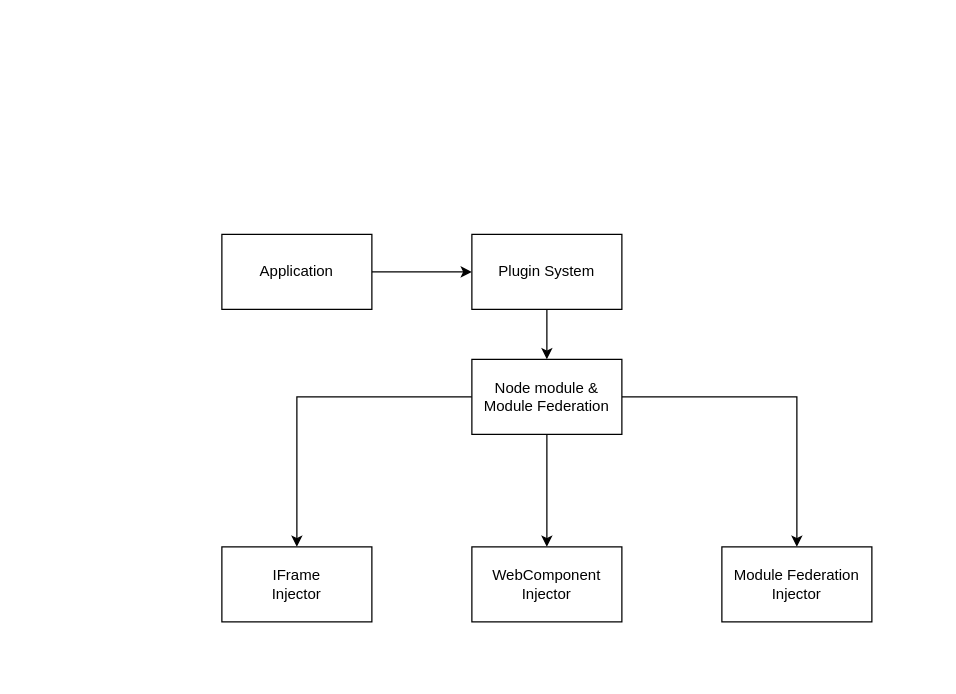
This is plugin-system.drawio from ssharifdev/draw.io, a draw.io file, before an edit. Source tidied: cells renumbered, new cells numbered last; positions are measured from the earlier drawing's top-left corner, leaving out a move shared by most shapes. Both pictures are drawn from the tidied source at 125%, with x=0, y=0 at pixel (221, 234).
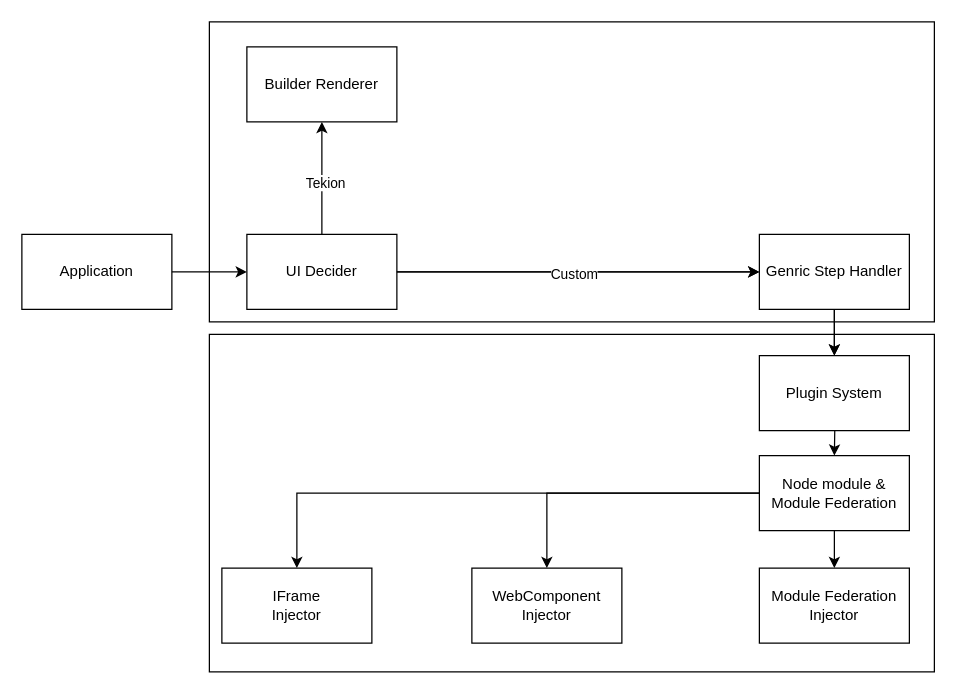
After the change.

What changed in the source:
```diff
@@
+    <mxCell id="13" style="rounded=0;whiteSpace=wrap;html=1;fillColor=none;" parent="1" vertex="1">
+      <mxGeometry x="-10" y="80" width="580" height="270" as="geometry" />
+    </mxCell>
+    <mxCell id="14" style="rounded=0;whiteSpace=wrap;html=1;fillColor=none;" parent="1" vertex="1">
+      <mxGeometry x="-10" y="-170" width="580" height="240" as="geometry" />
+    </mxCell>
-    <mxCell id="2" style="edgeStyle=orthogonalEdgeStyle;rounded=0;jettySize=auto;html=1;" parent="1" edge="1" source="3" target="5">
+    <mxCell id="2" style="edgeStyle=orthogonalEdgeStyle;rounded=0;jettySize=auto;html=1;" parent="1" edge="1" source="24" target="5">
       <mxGeometry relative="1" as="geometry" />
     </mxCell>
     <mxCell id="3" value="Application" style="rounded=0;whiteSpace=wrap;html=1;" parent="1" vertex="1">
-      <mxGeometry width="120" height="60" as="geometry" />
+      <mxGeometry x="-160" width="120" height="60" as="geometry" />
     </mxCell>
-    <mxCell id="4" style="edgeStyle=orthogonalEdgeStyle;rounded=0;jettySize=auto;html=1;" parent="1" edge="1" source="5" target="9">
-      <mxGeometry relative="1" as="geometry" />
+    <mxCell id="4" style="edgeStyle=orthogonalEdgeStyle;rounded=0;jettySize=auto;html=1;" parent="1" edge="1" target="9">
+      <mxGeometry relative="1" as="geometry">
+        <mxPoint x="490" y="110" as="sourcePoint" />
+      </mxGeometry>
     </mxCell>
     <mxCell id="5" value="Plugin System" style="rounded=0;whiteSpace=wrap;html=1;" parent="1" vertex="1">
-      <mxGeometry x="200" width="120" height="60" as="geometry" />
+      <mxGeometry x="430" y="97" width="120" height="60" as="geometry" />
     </mxCell>
@@
     <mxCell id="9" value="Node module &amp;amp; Module Federation" style="rounded=0;whiteSpace=wrap;html=1;" parent="1" vertex="1">
-      <mxGeometry x="200" y="100" width="120" height="60" as="geometry" />
+      <mxGeometry x="430" y="177" width="120" height="60" as="geometry" />
     </mxCell>
     <mxCell id="10" value="IFrame&lt;br&gt;Injector" style="rounded=0;whiteSpace=wrap;html=1;" parent="1" vertex="1">
-      <mxGeometry y="250" width="120" height="60" as="geometry" />
+      <mxGeometry y="267" width="120" height="60" as="geometry" />
     </mxCell>
     <mxCell id="11" value="WebComponent&lt;br&gt;Injector" style="rounded=0;whiteSpace=wrap;html=1;" parent="1" vertex="1">
-      <mxGeometry x="200" y="250" width="120" height="60" as="geometry" />
+      <mxGeometry x="200" y="267" width="120" height="60" as="geometry" />
     </mxCell>
     <mxCell id="12" value="Module Federation Injector" style="rounded=0;whiteSpace=wrap;html=1;" parent="1" vertex="1">
-      <mxGeometry x="400" y="250" width="120" height="60" as="geometry" />
+      <mxGeometry x="430" y="267" width="120" height="60" as="geometry" />
     </mxCell>
+    <mxCell id="15" style="edgeStyle=orthogonalEdgeStyle;rounded=0;jettySize=auto;html=1;" parent="1" edge="1" source="3" target="19">
+      <mxGeometry relative="1" as="geometry" />
+    </mxCell>
+    <mxCell id="16" style="edgeStyle=orthogonalEdgeStyle;rounded=0;jettySize=auto;html=1;" parent="1" edge="1" source="19" target="20">
+      <mxGeometry relative="1" as="geometry" />
+    </mxCell>
+    <mxCell id="17" value="Tekion" style="edgeLabel;html=1;align=center;verticalAlign=middle;" parent="16" vertex="1">
+      <mxGeometry x="-0.07" y="-2" relative="1" as="geometry" />
+    </mxCell>
+    <mxCell id="18" style="edgeStyle=orthogonalEdgeStyle;rounded=0;jettySize=auto;html=1;" parent="1" edge="1" source="24" target="5">
+      <mxGeometry relative="1" as="geometry" />
+    </mxCell>
+    <mxCell id="19" value="UI Decider" style="rounded=0;whiteSpace=wrap;html=1;" parent="1" vertex="1">
+      <mxGeometry x="20" width="120" height="60" as="geometry" />
+    </mxCell>
+    <mxCell id="20" value="Builder Renderer" style="rounded=0;whiteSpace=wrap;html=1;" parent="1" vertex="1">
+      <mxGeometry x="20" y="-150" width="120" height="60" as="geometry" />
+    </mxCell>
+    <mxCell id="21" style="edgeStyle=orthogonalEdgeStyle;rounded=0;jettySize=auto;html=1;" parent="1" edge="1" source="19" target="24">
+      <mxGeometry relative="1" as="geometry" />
+    </mxCell>
+    <mxCell id="22" style="edgeStyle=orthogonalEdgeStyle;rounded=0;jettySize=auto;html=1;" parent="1" edge="1" source="19" target="24">
+      <mxGeometry relative="1" as="geometry" />
+    </mxCell>
+    <mxCell id="23" value="Custom" style="edgeLabel;html=1;align=center;verticalAlign=middle;" parent="22" vertex="1">
+      <mxGeometry x="-0.03" y="-1" relative="1" as="geometry" />
+    </mxCell>
+    <mxCell id="24" value="Genric Step Handler" style="rounded=0;whiteSpace=wrap;html=1;" parent="1" vertex="1">
+      <mxGeometry x="430" width="120" height="60" as="geometry" />
+    </mxCell>
```
